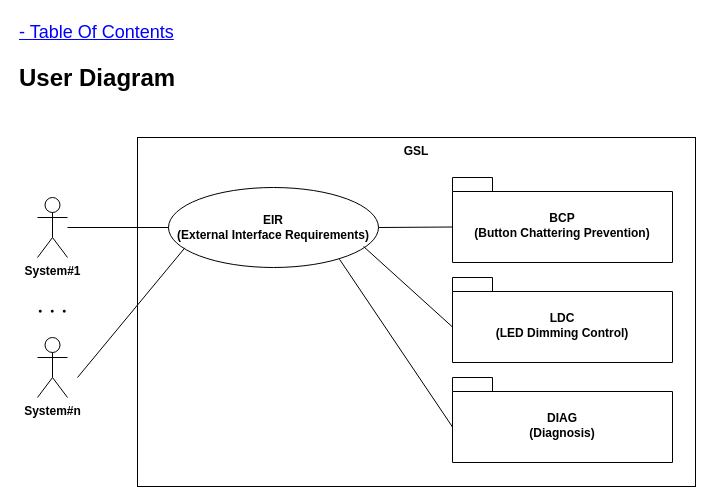
This is page "Context Diagram" (2 of 19) of Document/GSL_Diagram.drawio from gtuja/GSL, a draw.io file, before an edit. Source tidied: cells renumbered, new cells numbered last; positions are measured from the earlier drawing's top-left corner, leaving out a move shared by most shapes. Both pictures are drawn from the tidied source at 100%, with x=0, y=0 at pixel (17, 17).
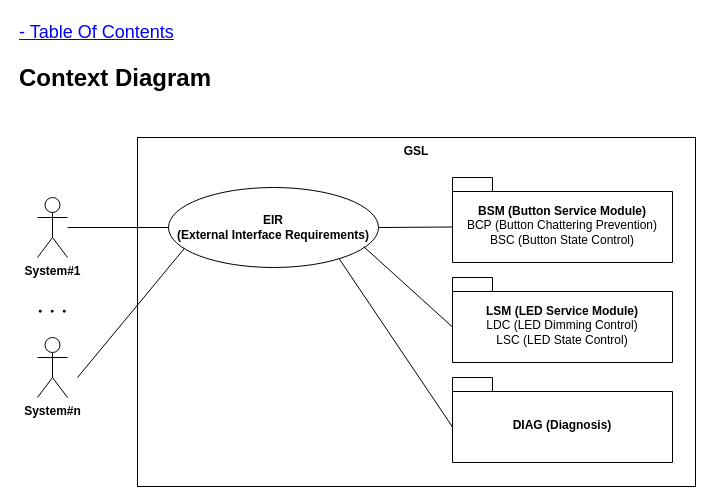
After the change.

Diff of the diagram source:
```diff
@@
 <mxGraphModel>
   <root>
     <mxCell id="0" />
     <mxCell id="1" parent="0" />
-    <mxCell id="2" value="&lt;h1 style=&quot;margin-top: 0px;&quot;&gt;User Diagram&lt;/h1&gt;" style="text;html=1;whiteSpace=wrap;overflow=hidden;rounded=0;fontFamily=Helvetica;" parent="1" vertex="1">
+    <mxCell id="2" value="&lt;h1 style=&quot;margin-top: 0px;&quot;&gt;Context Diagram&lt;/h1&gt;" style="text;html=1;whiteSpace=wrap;overflow=hidden;rounded=0;fontFamily=Helvetica;" parent="1" vertex="1">
       <mxGeometry y="40" width="420" height="40" as="geometry" />
     </mxCell>
     <mxCell id="3" value="- Table Of Contents" style="text;html=1;align=left;verticalAlign=middle;whiteSpace=wrap;rounded=0;fontStyle=4;fontFamily=Helvetica;fontSize=18;fontColor=#0000FF;" parent="1" vertex="1">
       <mxGeometry width="240" height="30" as="geometry" />
     </mxCell>
     <mxCell id="4" value="System#1" style="shape=umlActor;verticalLabelPosition=bottom;verticalAlign=top;html=1;fontFamily=Helvetica;fontStyle=1;" parent="1" vertex="1">
       <mxGeometry x="20" y="180" width="30" height="60" as="geometry" />
     </mxCell>
     <mxCell id="5" value="GSL" style="rounded=0;whiteSpace=wrap;html=1;horizontal=1;verticalAlign=top;fontFamily=Helvetica;fontStyle=1;" parent="1" vertex="1">
       <mxGeometry x="120" y="120" width="558" height="349" as="geometry" />
     </mxCell>
-    <mxCell id="6" value="BCP&lt;div&gt;(Button Chattering Prevention)&lt;/div&gt;" style="shape=folder;fontStyle=1;spacingTop=10;tabWidth=40;tabHeight=14;tabPosition=left;html=1;whiteSpace=wrap;fontFamily=Helvetica;" parent="1" vertex="1">
+    <mxCell id="6" value="&lt;div&gt;BSM (Button Service Module)&lt;/div&gt;&lt;span style=&quot;font-weight: normal;&quot;&gt;BCP&amp;nbsp;&lt;span style=&quot;background-color: initial;&quot;&gt;(Button Chattering Prevention)&lt;/span&gt;&lt;/span&gt;&lt;div&gt;&lt;span style=&quot;background-color: initial; font-weight: normal;&quot;&gt;BSC (Button State Control)&lt;/span&gt;&lt;/div&gt;" style="shape=folder;fontStyle=1;spacingTop=10;tabWidth=40;tabHeight=14;tabPosition=left;html=1;whiteSpace=wrap;fontFamily=Helvetica;" parent="1" vertex="1">
       <mxGeometry x="435" y="160" width="220" height="85" as="geometry" />
     </mxCell>
-    <mxCell id="7" value="LDC&lt;div&gt;(LED Dimming Control)&lt;/div&gt;" style="shape=folder;fontStyle=1;spacingTop=10;tabWidth=40;tabHeight=14;tabPosition=left;html=1;whiteSpace=wrap;fontFamily=Helvetica;" parent="1" vertex="1">
+    <mxCell id="7" value="&lt;div&gt;LSM (LED Service Module)&lt;/div&gt;&lt;span style=&quot;font-weight: normal;&quot;&gt;LDC&amp;nbsp;&lt;span style=&quot;background-color: initial;&quot;&gt;(LED Dimming Control)&lt;/span&gt;&lt;/span&gt;&lt;div&gt;&lt;span style=&quot;background-color: initial; font-weight: normal;&quot;&gt;LSC (LED State Control)&lt;/span&gt;&lt;/div&gt;" style="shape=folder;fontStyle=1;spacingTop=10;tabWidth=40;tabHeight=14;tabPosition=left;html=1;whiteSpace=wrap;fontFamily=Helvetica;" parent="1" vertex="1">
       <mxGeometry x="435" y="260" width="220" height="85" as="geometry" />
     </mxCell>
-    <mxCell id="8" value="DIAG&lt;div&gt;(Diagnosis)&lt;/div&gt;" style="shape=folder;fontStyle=1;spacingTop=10;tabWidth=40;tabHeight=14;tabPosition=left;html=1;whiteSpace=wrap;fontFamily=Helvetica;" parent="1" vertex="1">
+    <mxCell id="8" value="&lt;div&gt;DIAG&amp;nbsp;&lt;span style=&quot;background-color: initial;&quot;&gt;(Diagnosis)&lt;/span&gt;&lt;/div&gt;" style="shape=folder;fontStyle=1;spacingTop=10;tabWidth=40;tabHeight=14;tabPosition=left;html=1;whiteSpace=wrap;fontFamily=Helvetica;" parent="1" vertex="1">
       <mxGeometry x="435" y="360" width="220" height="85" as="geometry" />
     </mxCell>
     <mxCell id="9" value="EIR&lt;div&gt;(External Interface Requirements)&lt;/div&gt;" style="ellipse;whiteSpace=wrap;html=1;fontFamily=Helvetica;fontStyle=1;" parent="1" vertex="1">
       <mxGeometry x="151" y="170" width="210" height="80" as="geometry" />
     </mxCell>
     <mxCell id="10" style="endArrow=none;html=1;rounded=0;entryX=0;entryY=0.5;entryDx=0;entryDy=0;" parent="1" edge="1" source="4" target="9">
       <mxGeometry relative="1" as="geometry" />
     </mxCell>
     <mxCell id="11" style="endArrow=none;html=1;rounded=0;entryX=0;entryY=0;entryDx=0;entryDy=49.5;entryPerimeter=0;exitX=1;exitY=0.5;exitDx=0;exitDy=0;" parent="1" edge="1" source="9" target="6">
       <mxGeometry relative="1" as="geometry" />
     </mxCell>
     <mxCell id="12" style="endArrow=none;html=1;rounded=0;entryX=0;entryY=0;entryDx=0;entryDy=49.5;entryPerimeter=0;exitX=0.929;exitY=0.738;exitDx=0;exitDy=0;exitPerimeter=0;" parent="1" edge="1" source="9" target="7">
       <mxGeometry relative="1" as="geometry" />
     </mxCell>
     <mxCell id="13" style="endArrow=none;html=1;rounded=0;exitX=0.814;exitY=0.896;exitDx=0;exitDy=0;exitPerimeter=0;entryX=0;entryY=0;entryDx=0;entryDy=49.5;entryPerimeter=0;" parent="1" edge="1" source="9" target="8">
       <mxGeometry relative="1" as="geometry" />
     </mxCell>
     <mxCell id="14" value="・・・" style="text;html=1;align=center;verticalAlign=middle;whiteSpace=wrap;rounded=0;fontStyle=1;" parent="1" vertex="1">
       <mxGeometry x="5" y="280" width="60" height="30" as="geometry" />
     </mxCell>
     <mxCell id="15" value="System#n" style="shape=umlActor;verticalLabelPosition=bottom;verticalAlign=top;html=1;fontFamily=Helvetica;fontStyle=1;" parent="1" vertex="1">
       <mxGeometry x="20" y="320" width="30" height="60" as="geometry" />
     </mxCell>
     <mxCell id="16" style="endArrow=none;html=1;rounded=0;entryX=0.078;entryY=0.754;entryDx=0;entryDy=0;entryPerimeter=0;" parent="1" edge="1" target="9">
       <mxGeometry relative="1" as="geometry">
         <mxPoint x="60" y="360" as="sourcePoint" />
       </mxGeometry>
     </mxCell>
   </root>
 </mxGraphModel>
```
